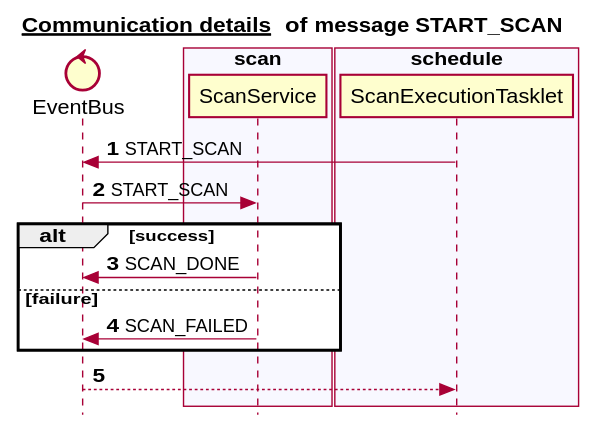
Earlier version of the PlantUML export docs/latest/images/gen_domain_messaging_start_scan.svg (mercedes-benz/sechub). The source it was exported from:
```plantuml
@startuml


title __Communication details __ of **message START_SCAN**
skinparam style strictuml


control EventBus
box "authorization" #C8C8CF
end box
box "scan" #F8F8FF
   participant ScanService
end box
box "administration" #C8C8CF
end box
box "schedule" #F8F8FF
   participant ScanExecutionTasklet
end box
box "notification" #C8C8CF
end box
autonumber 1
ScanExecutionTasklet -> EventBus:START_SCAN
EventBus -> ScanService:START_SCAN
alt success
ScanService -> EventBus:SCAN_DONE
else failure
ScanService -> EventBus:SCAN_FAILED
end
EventBus --> ScanExecutionTasklet:
autonumber stop


@enduml
```
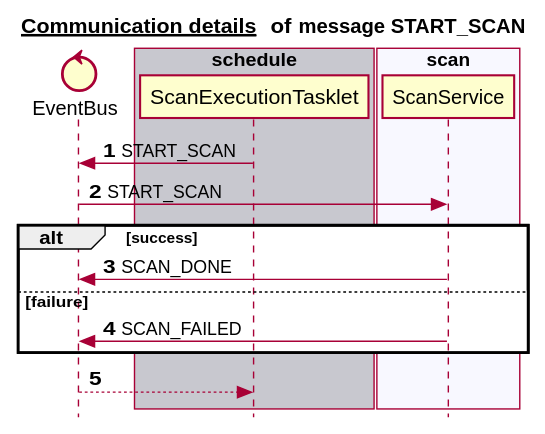
After the change.

Change to the diagram source:
```diff
@@ -6,17 +6,17 @@
 
 
 control EventBus
-box "authorization" #C8C8CF
+box "schedule" #C8C8CF
+   participant ScanExecutionTasklet
 end box
 box "scan" #F8F8FF
    participant ScanService
 end box
-box "administration" #C8C8CF
+box "notification" #C8C8CF
 end box
-box "schedule" #F8F8FF
-   participant ScanExecutionTasklet
+box "administration" #F8F8FF
 end box
-box "notification" #C8C8CF
+box "authorization" #C8C8CF
 end box
 autonumber 1
 ScanExecutionTasklet -> EventBus:START_SCAN
```
